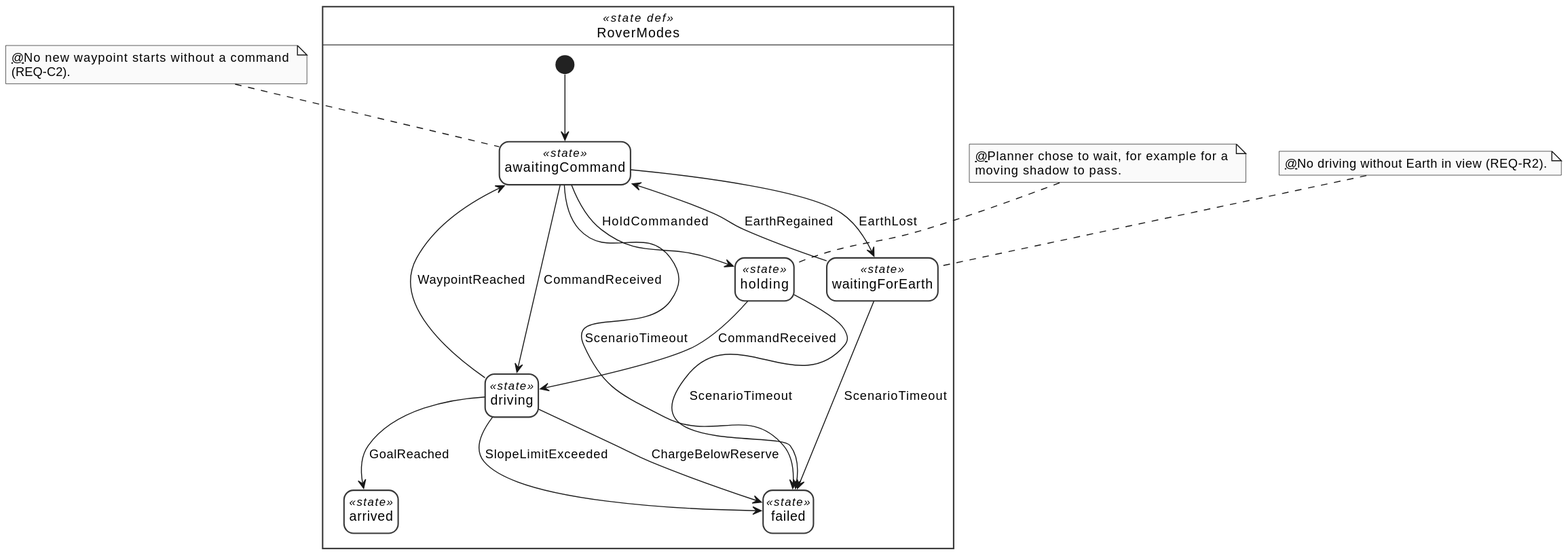
This is diagrams/roverModes.svg from theonlyallana/lunar-road-mbse, a PlantUML export, as it was before one commit.
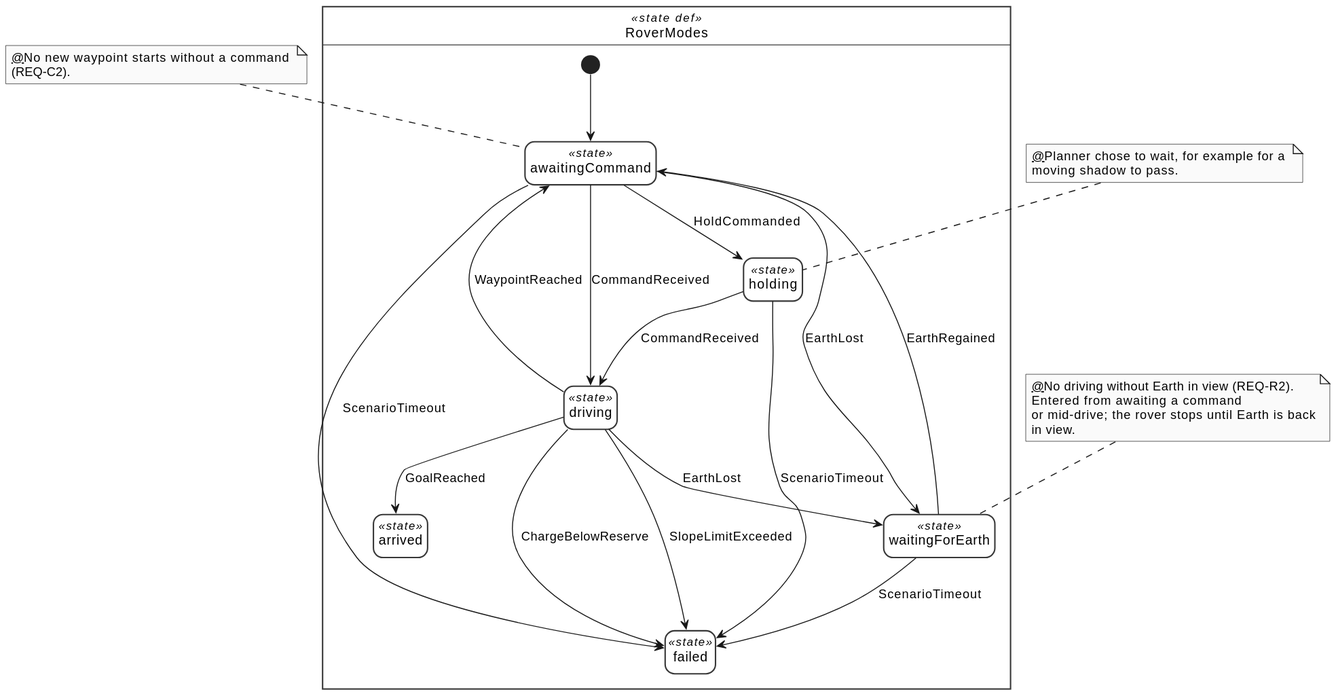
Later version of the same file.

Commit message:
Stop driving when Earth is lost; clearer diagrams

The edit, as a diff of the source:
```diff
@@ -4,50 +4,52 @@
 skinparam wrapWidth 300
 hide circle
 
-rec def "RoverModes" as E1  <<(T,blue) state  def>> [[psysml:c45ea38f-6b41-4e85-9a77-a411b4c3a439 ]] {
-rec usage "awaitingCommand" as E2  <<(T,blue) state>> [[psysml:d9647495-f3c0-422f-849a-6e73d813cf54 ]] {
+rec def "RoverModes" as E1  <<(T,blue) state  def>> [[psysml:e5139e77-8486-471f-8b60-c9f9924d5e70 ]] {
+rec usage "awaitingCommand" as E2  <<(T,blue) state>> [[psysml:c1486132-c8ff-4528-af72-dbc5e220c8fb ]] {
 }
 
-rec usage "driving" as E4  <<(T,blue) state>> [[psysml:750d3b82-1e57-4ac4-8118-a049d2d595a9 ]] {
+rec usage "driving" as E4  <<(T,blue) state>> [[psysml:36883714-f978-4408-a530-61fa32d8da21 ]] {
 }
 
-rec usage "holding" as E5  <<(T,blue) state>> [[psysml:91539f2f-2772-4b6c-956d-75da516bd83c ]] {
+rec usage "holding" as E5  <<(T,blue) state>> [[psysml:93fe20dd-af20-43d3-aefe-44aeaf788a2d ]] {
 }
 
-rec usage "waitingForEarth" as E7  <<(T,blue) state>> [[psysml:d8578212-b147-401b-9d8c-6d9b886de8ae ]] {
+rec usage "waitingForEarth" as E7  <<(T,blue) state>> [[psysml:2e97bcc2-eef6-4bd8-86f8-8ce36ab46d8c ]] {
 }
 
-rec usage "arrived" as E9  <<(T,blue) state>> [[psysml:c4b0fb5b-cc4e-43fa-8c0b-3bdaa2ecb40f ]] {
+rec usage "arrived" as E9  <<(T,blue) state>> [[psysml:5d67344b-5f7a-40a2-ba7b-d596295eb7eb ]] {
 }
 
-rec usage "failed" as E10  <<(T,blue) state>> [[psysml:5e8fda37-ab97-4c5e-bb45-4cd725664dd1 ]] {
+rec usage "failed" as E10  <<(T,blue) state>> [[psysml:9496c1fd-b1f4-467a-b19c-0fd280ad87fa ]] {
 }
 
-[*] --> E2 [[psysml:28794be3-8990-4581-afc6-9a868b30e632 ]]
+[*] --> E2 [[psysml:8c60793b-c09a-4dbb-8578-7870f3f2bba4 ]]
 }
 
 note as E3
-[[psysml:1a133681-7fe9-4a13-95d3-3594a324732f @]]No new waypoint starts without a command (REQ-C2).
+[[psysml:cbb4bb9a-60ee-424a-a9e1-bd696d62d9f2 @]]No new waypoint starts without a command (REQ-C2).
 end note
 note as E6
-[[psysml:8b5a7e8c-1064-41f5-b9f9-43b6c5c0ed87 @]]Planner chose to wait, for example for a moving shadow to pass.
+[[psysml:76ead42d-79d1-4d9d-a970-6c17341f033b @]]Planner chose to wait, for example for a moving shadow to pass.
 end note
 note as E8
-[[psysml:0cb001c0-f3e7-47b1-9f7a-e6f4651691f7 @]]No driving without Earth in view (REQ-R2).
+[[psysml:9af047a5-83bc-42dd-a8b1-b12c2c8b8f1f @]]No driving without Earth in view (REQ-R2). Entered from awaiting a command
+or mid-drive; the rover stops until Earth is back in view.
 end note
-E3 .. E2 [[psysml:1a133681-7fe9-4a13-95d3-3594a324732f ]]
-E2  --> E4 [[psysml:dc54f1cc-c9e3-4daa-b303-93062ad0bf60 ]] : CommandReceived
-E2  --> E5 [[psysml:eb63c342-4f85-4995-9177-7e2b991bd9c4 ]] : HoldCommanded
-E2  --> E7 [[psysml:ef3be6e1-578c-4345-b049-eae1741c07c1 ]] : EarthLost
-E2  --> E10 [[psysml:fcd67388-e5d7-4595-bcf8-2dec25db1fe0 ]] : ScenarioTimeout
-E4  --> E2 [[psysml:d189f7fc-949b-437f-9817-905f74b20d98 ]] : WaypointReached
-E4  --> E9 [[psysml:ba76040a-bb5d-49ed-bcd2-250c2c148d21 ]] : GoalReached
-E4  --> E10 [[psysml:21ba43ed-0c99-41c3-ab94-6661f7219e69 ]] : ChargeBelowReserve
-E4  --> E10 [[psysml:2ae73677-f220-49c8-a5d1-449c1fa717eb ]] : SlopeLimitExceeded
-E6 .. E5 [[psysml:8b5a7e8c-1064-41f5-b9f9-43b6c5c0ed87 ]]
-E5  --> E4 [[psysml:df107974-24d5-4253-a767-394ab91f20bc ]] : CommandReceived
-E5  --> E10 [[psysml:1ed8f203-9df3-4891-85c6-cff4ee0a9451 ]] : ScenarioTimeout
-E8 .. E7 [[psysml:0cb001c0-f3e7-47b1-9f7a-e6f4651691f7 ]]
-E7  --> E2 [[psysml:baa1e713-035f-4509-b4aa-7e7bf18a31f1 ]] : EarthRegained
-E7  --> E10 [[psysml:17b94e5e-7cf1-4f45-aaad-2be130849314 ]] : ScenarioTimeout
+E3 .. E2 [[psysml:cbb4bb9a-60ee-424a-a9e1-bd696d62d9f2 ]]
+E2  --> E4 [[psysml:6bb1f17f-a357-41a7-8b1d-318d0f16a611 ]] : CommandReceived
+E2  --> E5 [[psysml:e2894b2e-3e71-4a2b-9302-b0fa5ec2ec63 ]] : HoldCommanded
+E2  --> E7 [[psysml:af6c1675-19b8-4e19-835a-123f7dccc837 ]] : EarthLost
+E2  --> E10 [[psysml:09da4c70-034a-4fb1-a4b1-896c9901bf72 ]] : ScenarioTimeout
+E4  --> E2 [[psysml:fda64612-5dee-4621-9181-865b96133b05 ]] : WaypointReached
+E4  --> E9 [[psysml:fd0de561-df7c-49ad-a7b5-368820701da6 ]] : GoalReached
+E4  --> E10 [[psysml:b6869a3a-9f44-4800-91e1-e0a899436392 ]] : ChargeBelowReserve
+E4  --> E10 [[psysml:24eef1e9-ec29-4ea3-9031-a5ec1039bb77 ]] : SlopeLimitExceeded
+E4  --> E7 [[psysml:5c03e326-d526-4763-8282-59329b8e2d11 ]] : EarthLost
+E6 .. E5 [[psysml:76ead42d-79d1-4d9d-a970-6c17341f033b ]]
+E5  --> E4 [[psysml:8ec2ae97-e6c5-4422-8a02-4ed963f693de ]] : CommandReceived
+E5  --> E10 [[psysml:3258713f-1447-45d9-8e47-fce0ab08e78f ]] : ScenarioTimeout
+E8 .. E7 [[psysml:9af047a5-83bc-42dd-a8b1-b12c2c8b8f1f ]]
+E7  --> E2 [[psysml:bb9da284-ae34-4db4-ab15-3765ae6d8c37 ]] : EarthRegained
+E7  --> E10 [[psysml:0e244081-8c02-4f13-a421-d041d23a6767 ]] : ScenarioTimeout
 @enduml
```
